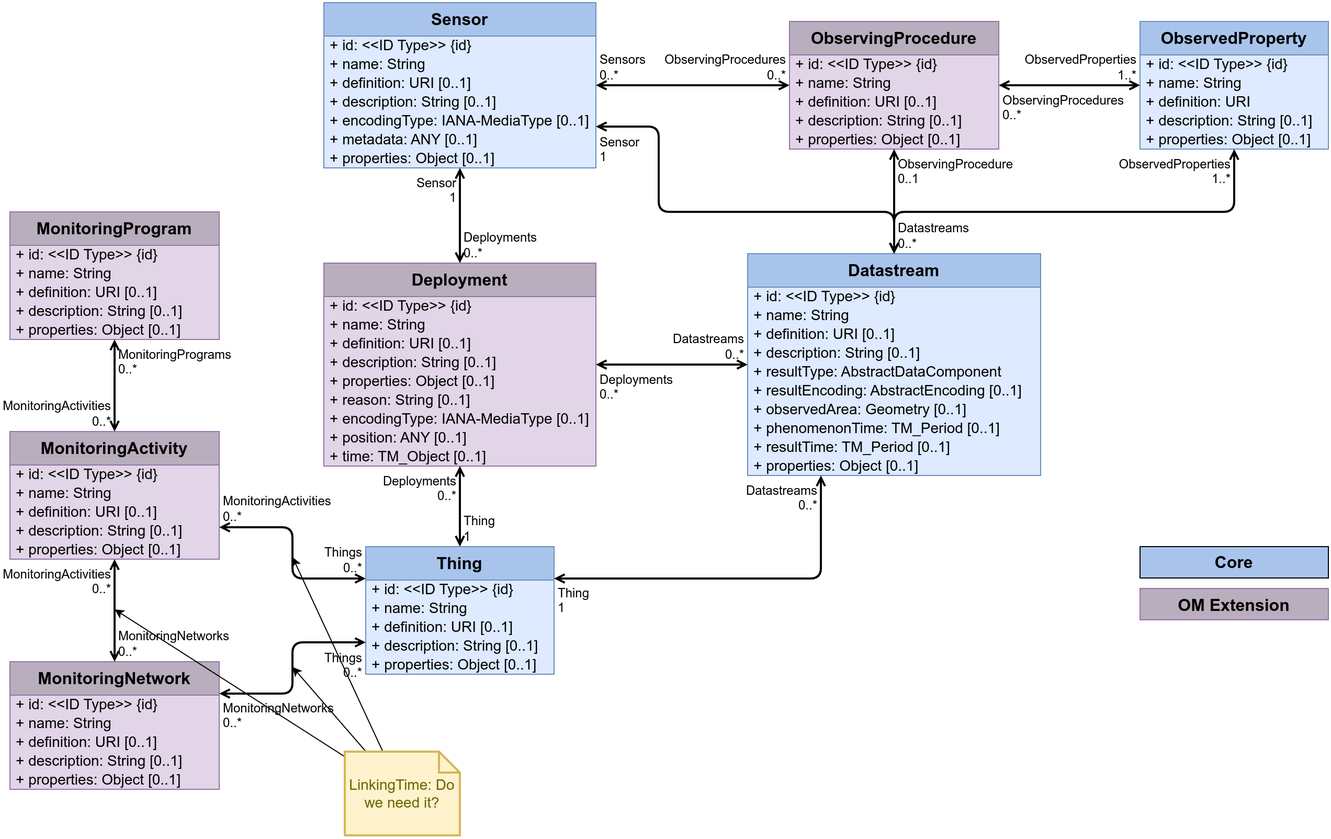
opengeospatial/sensorthings keeps this draw.io diagram as figures/Datamodel-SensorThingsApi-V2-OM.drawio.png. Above is the earlier version. Source tidied: cells renumbered, new cells last; positions are measured from the earlier drawing's top-left corner, leaving out a move shared by most shapes.
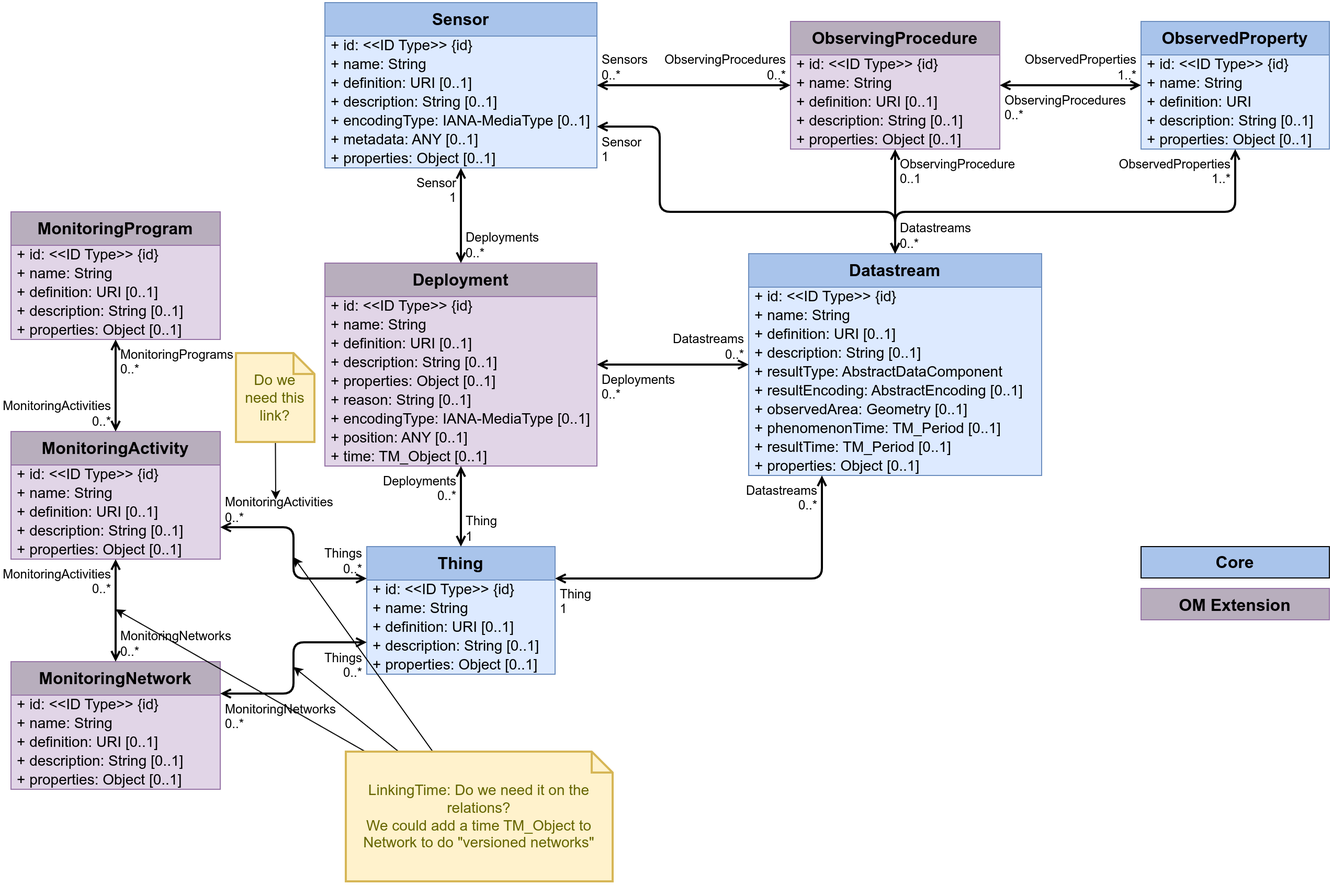
The same file after the commit.

Commit message:
Updated OM data model image with open questions

What changed in the source:
```diff
@@ -91,10 +91,10 @@
         </Array>
       </mxGeometry>
     </mxCell>
-    <mxCell id="30" value="ObservedProperties&lt;br&gt;1..*" style="edgeLabel;html=1;align=right;verticalAlign=top;labelBackgroundColor=none;fontSize=12;spacingLeft=1;spacing=3;spacingRight=2;" parent="29" vertex="1">
+    <mxCell id="30" value="ObservedProperties&lt;br&gt;1..*" style="edgeLabel;html=1;align=right;verticalAlign=top;labelBackgroundColor=none;fontSize=12;spacingLeft=2;spacing=3;spacingRight=3;" parent="29" vertex="1">
       <mxGeometry x="-1" relative="1" as="geometry" />
     </mxCell>
-    <mxCell id="31" value="Datastreams&lt;br&gt;0..*" style="edgeLabel;html=1;align=left;verticalAlign=bottom;labelBackgroundColor=none;fontSize=12;spacingLeft=1;spacing=3;spacingRight=2;" parent="29" vertex="1">
+    <mxCell id="31" value="Datastreams&lt;br&gt;0..*" style="edgeLabel;html=1;align=left;verticalAlign=bottom;labelBackgroundColor=none;fontSize=12;spacingLeft=2;spacing=3;spacingRight=3;" parent="29" vertex="1">
       <mxGeometry x="1" relative="1" as="geometry" />
     </mxCell>
     <mxCell id="32" value="ObservingProcedure" style="swimlane;fontStyle=1;horizontal=1;startSize=32;fontSize=16;whiteSpace=wrap;html=1;fillColor=#B8AEBD;strokeColor=#9673a6;swimlaneFillColor=#E1D5E7;verticalAlign=top;" parent="1" vertex="1">
@@ -118,7 +118,7 @@
     <mxCell id="38" style="endArrow=open;startArrow=open;html=1;rounded=1;noEdgeStyle=1;entryX=0.5;entryY=0;entryDx=0;entryDy=0;exitX=0.5;exitY=1;exitDx=0;exitDy=0;strokeWidth=2;curved=0;startFill=0;endFill=0;" parent="1" edge="1" source="32" target="2">
       <mxGeometry relative="1" as="geometry" />
     </mxCell>
-    <mxCell id="39" value="ObservingProcedure&lt;br&gt;0..1" style="edgeLabel;html=1;align=left;verticalAlign=top;labelBackgroundColor=none;fontSize=12;spacingLeft=1;spacing=3;spacingRight=2;" parent="38" vertex="1">
+    <mxCell id="39" value="ObservingProcedure&lt;br&gt;0..1" style="edgeLabel;html=1;align=left;verticalAlign=top;labelBackgroundColor=none;fontSize=12;spacingLeft=2;spacing=3;spacingRight=3;" parent="38" vertex="1">
       <mxGeometry x="-1" relative="1" as="geometry" />
     </mxCell>
     <mxCell id="40" value="Sensor" style="swimlane;fontStyle=1;horizontal=1;startSize=32;fontSize=16;whiteSpace=wrap;html=1;fillColor=#A9C4EB;strokeColor=#6c8ebf;swimlaneFillColor=#DDEAFF;verticalAlign=top;" parent="1" vertex="1">
@@ -154,25 +154,25 @@
         </Array>
       </mxGeometry>
     </mxCell>
-    <mxCell id="49" value="Sensor&lt;br&gt;1" style="edgeLabel;html=1;align=left;verticalAlign=top;labelBackgroundColor=none;fontSize=12;spacingLeft=1;spacing=3;spacingRight=2;" parent="48" vertex="1">
+    <mxCell id="49" value="Sensor&lt;br&gt;1" style="edgeLabel;html=1;align=left;verticalAlign=top;labelBackgroundColor=none;fontSize=12;spacingLeft=2;spacing=3;spacingRight=3;" parent="48" vertex="1">
       <mxGeometry x="-1" relative="1" as="geometry" />
     </mxCell>
     <mxCell id="50" style="endArrow=open;startArrow=open;html=1;rounded=1;noEdgeStyle=1;strokeWidth=2;curved=0;startFill=0;endFill=0;" parent="1" edge="1" source="40" target="13">
       <mxGeometry relative="1" as="geometry" />
     </mxCell>
-    <mxCell id="51" value="Sensor&lt;br&gt;1" style="edgeLabel;html=1;align=right;verticalAlign=top;labelBackgroundColor=none;fontSize=12;spacingLeft=1;spacing=3;spacingRight=2;" parent="50" vertex="1">
+    <mxCell id="51" value="Sensor&lt;br&gt;1" style="edgeLabel;html=1;align=right;verticalAlign=top;labelBackgroundColor=none;fontSize=12;spacingLeft=2;spacing=3;spacingRight=3;" parent="50" vertex="1">
       <mxGeometry x="-1" relative="1" as="geometry" />
     </mxCell>
-    <mxCell id="52" value="Deployments&lt;br&gt;0..*" style="edgeLabel;html=1;align=left;verticalAlign=bottom;labelBackgroundColor=none;fontSize=12;spacingLeft=1;spacing=3;spacingRight=2;" parent="50" vertex="1">
+    <mxCell id="52" value="Deployments&lt;br&gt;0..*" style="edgeLabel;html=1;align=left;verticalAlign=bottom;labelBackgroundColor=none;fontSize=12;spacingLeft=2;spacing=3;spacingRight=3;" parent="50" vertex="1">
       <mxGeometry x="1" relative="1" as="geometry" />
     </mxCell>
     <mxCell id="53" style="endArrow=open;startArrow=open;html=1;rounded=1;exitX=1;exitY=0.5;exitDx=0;exitDy=0;entryX=0;entryY=0.5;entryDx=0;entryDy=0;strokeWidth=2;curved=0;startFill=0;endFill=0;" parent="1" edge="1" source="40" target="32">
       <mxGeometry relative="1" as="geometry" />
     </mxCell>
-    <mxCell id="54" value="Sensors&lt;br&gt;0..*" style="edgeLabel;html=1;align=left;verticalAlign=bottom;labelBackgroundColor=none;fontSize=12;spacingLeft=1;spacing=3;spacingRight=2;" parent="53" vertex="1">
+    <mxCell id="54" value="Sensors&lt;br&gt;0..*" style="edgeLabel;html=1;align=left;verticalAlign=bottom;labelBackgroundColor=none;fontSize=12;spacingLeft=2;spacing=3;spacingRight=3;" parent="53" vertex="1">
       <mxGeometry x="-1" relative="1" as="geometry" />
     </mxCell>
-    <mxCell id="55" value="ObservingProcedures&lt;br&gt;0..*" style="edgeLabel;html=1;align=right;verticalAlign=bottom;labelBackgroundColor=none;fontSize=12;spacingLeft=1;spacing=3;spacingRight=2;" parent="53" vertex="1">
+    <mxCell id="55" value="ObservingProcedures&lt;br&gt;0..*" style="edgeLabel;html=1;align=right;verticalAlign=bottom;labelBackgroundColor=none;fontSize=12;spacingLeft=2;spacing=3;spacingRight=3;" parent="53" vertex="1">
       <mxGeometry x="1" relative="1" as="geometry" />
     </mxCell>
     <mxCell id="56" value="Thing" style="swimlane;fontStyle=1;horizontal=1;startSize=32;fontSize=16;whiteSpace=wrap;html=1;fillColor=#A9C4EB;strokeColor=#6c8ebf;swimlaneFillColor=#DDEAFF;verticalAlign=top;" parent="1" vertex="1">
@@ -196,28 +196,28 @@
     <mxCell id="62" style="endArrow=open;startArrow=open;html=1;rounded=1;noEdgeStyle=1;strokeWidth=2;curved=0;startFill=0;endFill=0;" parent="1" edge="1" source="56" target="13">
       <mxGeometry relative="1" as="geometry" />
     </mxCell>
-    <mxCell id="63" value="Thing&lt;br&gt;1" style="edgeLabel;html=1;align=left;verticalAlign=bottom;labelBackgroundColor=none;fontSize=12;spacingLeft=1;spacing=3;spacingRight=2;" parent="62" vertex="1">
+    <mxCell id="63" value="Thing&lt;br&gt;1" style="edgeLabel;html=1;align=left;verticalAlign=bottom;labelBackgroundColor=none;fontSize=12;spacingLeft=2;spacing=3;spacingRight=3;" parent="62" vertex="1">
       <mxGeometry x="-1" relative="1" as="geometry" />
     </mxCell>
-    <mxCell id="64" value="Deployments&lt;br&gt;0..*" style="edgeLabel;html=1;align=right;verticalAlign=top;labelBackgroundColor=none;fontSize=12;spacingLeft=1;spacing=3;spacingRight=2;" parent="62" vertex="1">
+    <mxCell id="64" value="Deployments&lt;br&gt;0..*" style="edgeLabel;html=1;align=right;verticalAlign=top;labelBackgroundColor=none;fontSize=12;spacingLeft=2;spacing=3;spacingRight=3;" parent="62" vertex="1">
       <mxGeometry x="1" relative="1" as="geometry" />
     </mxCell>
     <mxCell id="65" style="endArrow=open;startArrow=open;html=1;rounded=1;edgeStyle=orthogonalEdgeStyle;entryX=0.25;entryY=1;entryDx=0;entryDy=0;exitX=1;exitY=0.25;exitDx=0;exitDy=0;curved=0;strokeWidth=2;startFill=0;endFill=0;" parent="1" edge="1" source="56" target="2">
       <mxGeometry relative="1" as="geometry" />
     </mxCell>
-    <mxCell id="66" value="Thing&lt;br&gt;1" style="edgeLabel;html=1;align=left;verticalAlign=top;labelBackgroundColor=none;fontSize=12;spacingLeft=1;spacing=3;spacingRight=2;" parent="65" vertex="1">
+    <mxCell id="66" value="Thing&lt;br&gt;1" style="edgeLabel;html=1;align=left;verticalAlign=top;labelBackgroundColor=none;fontSize=12;spacingLeft=2;spacing=3;spacingRight=3;" parent="65" vertex="1">
       <mxGeometry x="-1" relative="1" as="geometry" />
     </mxCell>
-    <mxCell id="67" value="Datastreams&lt;br&gt;0..*" style="edgeLabel;html=1;align=right;verticalAlign=top;labelBackgroundColor=none;fontSize=12;spacingLeft=1;spacing=3;spacingRight=2;" parent="65" vertex="1">
+    <mxCell id="67" value="Datastreams&lt;br&gt;0..*" style="edgeLabel;html=1;align=right;verticalAlign=top;labelBackgroundColor=none;fontSize=12;spacingLeft=2;spacing=3;spacingRight=3;" parent="65" vertex="1">
       <mxGeometry x="1" relative="1" as="geometry" />
     </mxCell>
     <mxCell id="68" style="endArrow=open;startArrow=open;html=1;rounded=1;edgeStyle=orthogonalEdgeStyle;strokeWidth=2;startFill=0;endFill=0;" parent="1" edge="1" source="13" target="2">
       <mxGeometry relative="1" as="geometry" />
     </mxCell>
-    <mxCell id="69" value="Deployments&lt;br&gt;0..*" style="edgeLabel;html=1;align=left;verticalAlign=top;labelBackgroundColor=none;fontSize=12;spacingLeft=1;spacing=3;spacingRight=2;" parent="68" vertex="1">
+    <mxCell id="69" value="Deployments&lt;br&gt;0..*" style="edgeLabel;html=1;align=left;verticalAlign=top;labelBackgroundColor=none;fontSize=12;spacingLeft=2;spacing=3;spacingRight=3;" parent="68" vertex="1">
       <mxGeometry x="-1" relative="1" as="geometry" />
     </mxCell>
-    <mxCell id="70" value="Datastreams&lt;br&gt;0..*" style="edgeLabel;html=1;align=right;verticalAlign=bottom;labelBackgroundColor=none;fontSize=12;spacingLeft=1;spacing=3;spacingRight=2;" parent="68" vertex="1">
+    <mxCell id="70" value="Datastreams&lt;br&gt;0..*" style="edgeLabel;html=1;align=right;verticalAlign=bottom;labelBackgroundColor=none;fontSize=12;spacingLeft=2;spacing=3;spacingRight=3;" parent="68" vertex="1">
       <mxGeometry x="1" relative="1" as="geometry" />
     </mxCell>
     <mxCell id="71" value="Core" style="rounded=0;whiteSpace=wrap;html=1;labelBackgroundColor=none;fillColor=#A9C4EB;strokeColor=default;fontStyle=1;fontSize=16;" parent="1" vertex="1">
@@ -226,10 +226,10 @@
     <mxCell id="72" style="endArrow=open;startArrow=open;html=1;rounded=1;edgeStyle=orthogonalEdgeStyle;entryX=1;entryY=0.5;entryDx=0;entryDy=0;exitX=0;exitY=0.5;exitDx=0;exitDy=0;strokeWidth=2;curved=0;startFill=0;endFill=0;" parent="1" edge="1" source="23" target="32">
       <mxGeometry relative="1" as="geometry" />
     </mxCell>
-    <mxCell id="73" value="ObservedProperties&lt;br&gt;1..*" style="edgeLabel;html=1;align=right;verticalAlign=bottom;labelBackgroundColor=none;fontSize=12;spacingLeft=1;spacing=3;spacingRight=2;" parent="72" vertex="1">
+    <mxCell id="73" value="ObservedProperties&lt;br&gt;1..*" style="edgeLabel;html=1;align=right;verticalAlign=bottom;labelBackgroundColor=none;fontSize=12;spacingLeft=2;spacing=3;spacingRight=3;" parent="72" vertex="1">
       <mxGeometry x="-1" relative="1" as="geometry" />
     </mxCell>
-    <mxCell id="74" value="ObservingProcedures&lt;br&gt;0..*" style="edgeLabel;html=1;align=left;verticalAlign=top;labelBackgroundColor=none;fontSize=12;spacingLeft=1;spacing=3;spacingRight=2;" parent="72" vertex="1">
+    <mxCell id="74" value="ObservingProcedures&lt;br&gt;0..*" style="edgeLabel;html=1;align=left;verticalAlign=top;labelBackgroundColor=none;fontSize=12;spacingLeft=2;spacing=3;spacingRight=3;" parent="72" vertex="1">
       <mxGeometry x="1" relative="1" as="geometry" />
     </mxCell>
     <mxCell id="75" value="OM Extension" style="rounded=0;whiteSpace=wrap;html=1;labelBackgroundColor=none;fillColor=#B8AEBD;strokeColor=#9673a6;fontStyle=1;fontSize=16;verticalAlign=top;startSize=32;swimlaneFillColor=#E1D5E7;" parent="1" vertex="1">
@@ -292,37 +292,37 @@
     <mxCell id="94" style="endArrow=open;startArrow=open;html=1;rounded=1;strokeWidth=2;startFill=0;endFill=0;exitX=0;exitY=0.75;exitDx=0;exitDy=0;entryX=1;entryY=0.25;entryDx=0;entryDy=0;edgeStyle=orthogonalEdgeStyle;" parent="1" edge="1" source="56" target="76">
       <mxGeometry relative="1" as="geometry" />
     </mxCell>
-    <mxCell id="95" value="Things&lt;br&gt;0..*" style="edgeLabel;html=1;align=right;verticalAlign=top;labelBackgroundColor=none;fontSize=12;spacingLeft=1;spacing=3;spacingRight=2;" parent="94" vertex="1">
+    <mxCell id="95" value="Things&lt;br&gt;0..*" style="edgeLabel;html=1;align=right;verticalAlign=top;labelBackgroundColor=none;fontSize=12;spacingLeft=2;spacing=3;spacingRight=3;" parent="94" vertex="1">
       <mxGeometry x="-1" relative="1" as="geometry" />
     </mxCell>
-    <mxCell id="96" value="MonitoringNetworks&lt;br&gt;0..*" style="edgeLabel;html=1;align=left;verticalAlign=top;labelBackgroundColor=none;fontSize=12;spacingLeft=1;spacing=3;spacingRight=2;" parent="94" vertex="1">
+    <mxCell id="96" value="MonitoringNetworks&lt;br&gt;0..*" style="edgeLabel;html=1;align=left;verticalAlign=top;labelBackgroundColor=none;fontSize=12;spacingLeft=2;spacing=3;spacingRight=3;" parent="94" vertex="1">
       <mxGeometry x="1" relative="1" as="geometry" />
     </mxCell>
     <mxCell id="97" style="endArrow=open;startArrow=open;html=1;rounded=1;noEdgeStyle=1;strokeWidth=2;curved=0;startFill=0;endFill=0;" parent="1" edge="1" source="82" target="76">
       <mxGeometry relative="1" as="geometry" />
     </mxCell>
-    <mxCell id="98" value="MonitoringActivities&lt;br&gt;0..*" style="edgeLabel;html=1;align=right;verticalAlign=top;labelBackgroundColor=none;fontSize=12;spacingLeft=1;spacing=3;spacingRight=2;" parent="97" vertex="1">
+    <mxCell id="98" value="MonitoringActivities&lt;br&gt;0..*" style="edgeLabel;html=1;align=right;verticalAlign=top;labelBackgroundColor=none;fontSize=12;spacingLeft=2;spacing=3;spacingRight=3;" parent="97" vertex="1">
       <mxGeometry x="-1" relative="1" as="geometry" />
     </mxCell>
-    <mxCell id="99" value="MonitoringNetworks&lt;br&gt;0..*" style="edgeLabel;html=1;align=left;verticalAlign=bottom;labelBackgroundColor=none;fontSize=12;spacingLeft=1;spacing=3;spacingRight=2;" parent="97" vertex="1">
+    <mxCell id="99" value="MonitoringNetworks&lt;br&gt;0..*" style="edgeLabel;html=1;align=left;verticalAlign=bottom;labelBackgroundColor=none;fontSize=12;spacingLeft=2;spacing=3;spacingRight=3;" parent="97" vertex="1">
       <mxGeometry x="1" relative="1" as="geometry" />
     </mxCell>
     <mxCell id="100" style="endArrow=open;startArrow=open;html=1;rounded=1;strokeWidth=2;startFill=0;endFill=0;edgeStyle=orthogonalEdgeStyle;" parent="1" edge="1" source="82" target="88">
       <mxGeometry relative="1" as="geometry" />
     </mxCell>
-    <mxCell id="101" value="MonitoringActivities&lt;br&gt;0..*" style="edgeLabel;html=1;align=right;verticalAlign=bottom;labelBackgroundColor=none;fontSize=12;spacingLeft=1;spacing=3;spacingRight=2;" parent="100" vertex="1">
+    <mxCell id="101" value="MonitoringActivities&lt;br&gt;0..*" style="edgeLabel;html=1;align=right;verticalAlign=bottom;labelBackgroundColor=none;fontSize=12;spacingLeft=2;spacing=3;spacingRight=3;" parent="100" vertex="1">
       <mxGeometry x="-1" relative="1" as="geometry" />
     </mxCell>
-    <mxCell id="102" value="MonitoringPrograms&lt;br&gt;0..*" style="edgeLabel;html=1;align=left;verticalAlign=top;labelBackgroundColor=none;fontSize=12;spacingLeft=1;spacing=3;spacingRight=2;" parent="100" vertex="1">
+    <mxCell id="102" value="MonitoringPrograms&lt;br&gt;0..*" style="edgeLabel;html=1;align=left;verticalAlign=top;labelBackgroundColor=none;fontSize=12;spacingLeft=2;spacing=3;spacingRight=3;" parent="100" vertex="1">
       <mxGeometry x="1" relative="1" as="geometry" />
     </mxCell>
     <mxCell id="103" style="endArrow=open;startArrow=open;html=1;rounded=1;strokeWidth=2;startFill=0;endFill=0;exitX=0;exitY=0.25;exitDx=0;exitDy=0;entryX=1;entryY=0.75;entryDx=0;entryDy=0;edgeStyle=orthogonalEdgeStyle;" parent="1" edge="1" source="56" target="82">
       <mxGeometry relative="1" as="geometry" />
     </mxCell>
-    <mxCell id="104" value="Things&lt;br&gt;0..*" style="edgeLabel;html=1;align=right;verticalAlign=bottom;labelBackgroundColor=none;fontSize=12;spacingLeft=1;spacing=3;spacingRight=2;" parent="103" vertex="1">
+    <mxCell id="104" value="Things&lt;br&gt;0..*" style="edgeLabel;html=1;align=right;verticalAlign=bottom;labelBackgroundColor=none;fontSize=12;spacingLeft=2;spacing=3;spacingRight=3;" parent="103" vertex="1">
       <mxGeometry x="-1" relative="1" as="geometry" />
     </mxCell>
-    <mxCell id="105" value="MonitoringActivities&lt;br&gt;0..*" style="edgeLabel;html=1;align=left;verticalAlign=bottom;labelBackgroundColor=none;fontSize=12;spacingLeft=1;spacing=3;spacingRight=2;" parent="103" vertex="1">
+    <mxCell id="105" value="MonitoringActivities&lt;br&gt;0..*" style="edgeLabel;html=1;align=left;verticalAlign=bottom;labelBackgroundColor=none;fontSize=12;spacingLeft=2;spacing=3;spacingRight=3;" parent="103" vertex="1">
       <mxGeometry x="1" relative="1" as="geometry" />
     </mxCell>
     <mxCell id="106" style="rounded=0;jettySize=auto;html=1;" parent="1" edge="1" source="109">
@@ -340,8 +340,16 @@
         <mxPoint x="270" y="530" as="targetPoint" />
       </mxGeometry>
     </mxCell>
-    <mxCell id="109" value="LinkingTime: Do we need it?" style="shape=note;strokeWidth=2;fontSize=14;size=20;whiteSpace=wrap;html=1;fillColor=#fff2cc;strokeColor=#d6b656;fontColor=#666600;" parent="1" vertex="1">
-      <mxGeometry x="320" y="716" width="110" height="80" as="geometry" />
+    <mxCell id="109" value="LinkingTime: Do we need it on the relations?&lt;br&gt;We could add a time TM_Object to Network to do &quot;versioned networks&quot;" style="shape=note;strokeWidth=2;fontSize=14;size=20;whiteSpace=wrap;html=1;fillColor=#fff2cc;strokeColor=#d6b656;fontColor=#666600;" parent="1" vertex="1">
+      <mxGeometry x="320" y="716" width="255" height="124" as="geometry" />
     </mxCell>
+    <mxCell id="110" style="rounded=0;jettySize=auto;html=1;" parent="1" edge="1" source="111">
+      <mxGeometry relative="1" as="geometry">
+        <mxPoint x="253" y="475" as="targetPoint" />
+      </mxGeometry>
+    </mxCell>
+    <mxCell id="111" value="Do we need this link?" style="shape=note;strokeWidth=2;fontSize=14;size=20;whiteSpace=wrap;html=1;fillColor=#fff2cc;strokeColor=#d6b656;fontColor=#666600;" parent="1" vertex="1">
+      <mxGeometry x="215" y="335" width="75" height="85" as="geometry" />
+    </mxCell>
   </root>
 </mxGraphModel>
```
